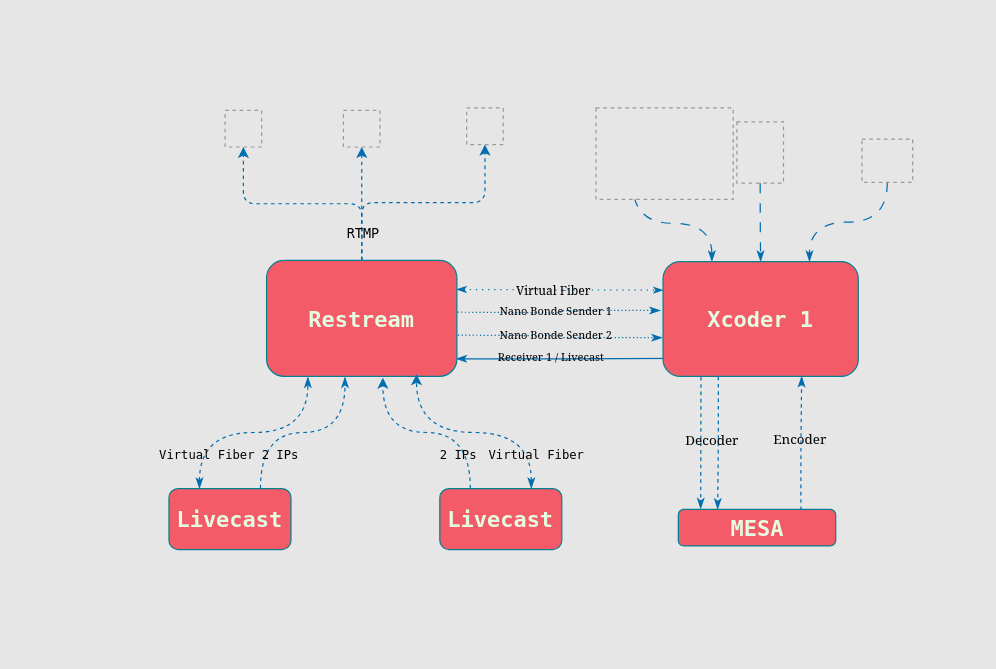
Before: Diagrama sem nome.drawio in QueirozCarlos/aulagithub, a draw.io diagram. Source tidied: cells renumbered, new cells numbered last; positions are measured from the earlier drawing's top-left corner, leaving out a move shared by most shapes. Both pictures are drawn from the tidied source at 122%, with x=0, y=0 at pixel (168, 107). Pictures stored in the file or linked from it are replaced by grey dashed boxes.
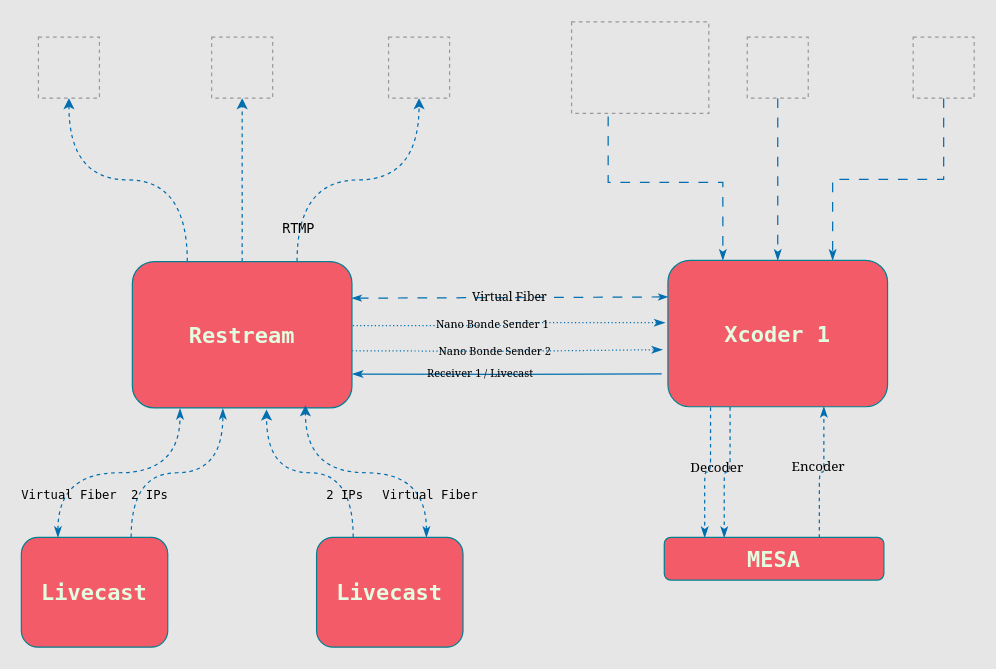
The same diagram, later.

The edit, as a diff of the source:
```diff
@@
-    <mxCell id="2" style="edgeStyle=orthogonalEdgeStyle;rounded=0;orthogonalLoop=1;jettySize=auto;html=1;entryX=0.995;entryY=0.891;entryDx=0;entryDy=0;flowAnimation=1;fillColor=#1ba1e2;strokeColor=#006EAF;entryPerimeter=0;endArrow=classicThin;endFill=1;exitX=0.015;exitY=0.885;exitDx=0;exitDy=0;exitPerimeter=0;" parent="1" edge="1">
+    <mxCell id="2" style="edgeStyle=orthogonalEdgeStyle;rounded=0;orthogonalLoop=1;jettySize=auto;html=1;entryX=1.001;entryY=0.785;entryDx=0;entryDy=0;flowAnimation=1;fillColor=#1ba1e2;strokeColor=#006EAF;entryPerimeter=0;endArrow=classicThin;endFill=1;exitX=-0.006;exitY=0.784;exitDx=0;exitDy=0;exitPerimeter=0;" parent="1" edge="1">
       <mxGeometry relative="1" as="geometry">
-        <mxPoint x="414.9" y="205.2" as="sourcePoint" />
-        <mxPoint x="235.2" y="205.6" as="targetPoint" />
+        <mxPoint x="403.9" y="217.9" as="sourcePoint" />
+        <mxPoint x="150.2" y="218.1" as="targetPoint" />
       </mxGeometry>
     </mxCell>
@@
-    <mxCell id="4" style="edgeStyle=orthogonalEdgeStyle;rounded=0;jettySize=auto;html=1;exitX=0.25;exitY=0;exitDx=0;exitDy=0;curved=1;dashed=1;dashPattern=8 8;fillColor=#1ba1e2;strokeColor=#006EAF;flowAnimation=1;startArrow=classicThin;startFill=1;endArrow=none;endFill=0;" parent="1" edge="1" source="5">
-      <mxGeometry relative="1" as="geometry">
-        <mxPoint x="380" y="62" as="targetPoint" />
-      </mxGeometry>
-    </mxCell>
     <mxCell id="5" value="&lt;h2&gt;Xcoder 1&lt;/h2&gt;" style="rounded=1;whiteSpace=wrap;html=1;strokeColor=#028090;fontColor=#E4FDE1;fillColor=#F45B69;labelBackgroundColor=none;fontFamily=Lucida Console;" parent="1" vertex="1">
-      <mxGeometry x="405" y="125.9" width="160" height="94.1" as="geometry" />
+      <mxGeometry x="409" y="124.9" width="180" height="120" as="geometry" />
     </mxCell>
-    <mxCell id="6" style="edgeStyle=orthogonalEdgeStyle;rounded=1;jettySize=auto;html=1;strokeColor=#006EAF;flowAnimation=1;labelBackgroundColor=none;fontColor=default;dashed=1;dashPattern=1 2;fillColor=#1ba1e2;endArrow=classicThin;endFill=1;exitX=1.006;exitY=0.676;exitDx=0;exitDy=0;exitPerimeter=0;entryX=-0.003;entryY=0.663;entryDx=0;entryDy=0;entryPerimeter=0;" parent="1" edge="1" target="5">
+    <mxCell id="6" style="edgeStyle=orthogonalEdgeStyle;rounded=1;orthogonalLoop=1;jettySize=auto;html=1;strokeColor=#006EAF;flowAnimation=1;labelBackgroundColor=none;fontColor=default;dashed=1;dashPattern=1 2;fillColor=#1ba1e2;endArrow=classicThin;endFill=1;exitX=1.001;exitY=0.634;exitDx=0;exitDy=0;exitPerimeter=0;entryX=-0.002;entryY=0.627;entryDx=0;entryDy=0;entryPerimeter=0;" parent="1" edge="1">
       <mxGeometry relative="1" as="geometry">
-        <mxPoint x="236.9" y="186.2" as="sourcePoint" />
+        <mxPoint x="150.2" y="199" as="sourcePoint" />
+        <mxPoint x="404.6" y="198.1" as="targetPoint" />
       </mxGeometry>
     </mxCell>
@@
-    <mxCell id="8" style="edgeStyle=orthogonalEdgeStyle;rounded=1;jettySize=auto;html=1;exitX=1.003;exitY=0.457;exitDx=0;exitDy=0;fillColor=#1ba1e2;strokeColor=#006EAF;flowAnimation=1;dashed=1;dashPattern=1 2;exitPerimeter=0;endArrow=classicThin;endFill=1;entryX=-0.013;entryY=0.426;entryDx=0;entryDy=0;entryPerimeter=0;" parent="1" edge="1" target="5">
-      <mxGeometry relative="1" as="geometry">
-        <mxPoint x="236.5" y="167.4" as="sourcePoint" />
-      </mxGeometry>
+    <mxCell id="8" style="edgeStyle=orthogonalEdgeStyle;rounded=1;jettySize=auto;html=1;exitX=1.004;exitY=0.438;exitDx=0;exitDy=0;fillColor=#1ba1e2;strokeColor=#006EAF;flowAnimation=1;dashed=1;dashPattern=1 2;exitPerimeter=0;endArrow=classicThin;endFill=1;entryX=-0.013;entryY=0.426;entryDx=0;entryDy=0;entryPerimeter=0;" parent="1" edge="1" source="16" target="5">
+      <mxGeometry relative="1" as="geometry" />
     </mxCell>
@@
-    <mxCell id="10" style="rounded=1;jettySize=auto;html=1;exitX=1;exitY=0.25;exitDx=0;exitDy=0;dashed=1;fillColor=#1ba1e2;strokeColor=#006EAF;comic=0;flowAnimation=1;endArrow=classicThin;endFill=1;elbow=vertical;startArrow=classicThin;startFill=1;endSize=5;startSize=5;dashPattern=1 4;entryX=0;entryY=0.25;entryDx=0;entryDy=0;" parent="1" edge="1" source="16" target="5">
+    <mxCell id="10" style="rounded=1;jettySize=auto;html=1;exitX=1;exitY=0.25;exitDx=0;exitDy=0;dashed=1;fillColor=#1ba1e2;strokeColor=#006EAF;comic=0;flowAnimation=1;endArrow=classicThin;endFill=1;elbow=vertical;startArrow=classicThin;startFill=1;endSize=5;startSize=5;dashPattern=8 8;entryX=0;entryY=0.25;entryDx=0;entryDy=0;" parent="1" edge="1" source="16" target="5">
       <mxGeometry relative="1" as="geometry" />
     </mxCell>
     <mxCell id="11" value="Virtual Fiber" style="edgeLabel;html=1;align=center;verticalAlign=middle;fontSize=10;labelPosition=center;verticalLabelPosition=middle;fontFamily=Georgia;labelBackgroundColor=none;" parent="10" vertex="1">
       <mxGeometry x="0.11" y="-1" relative="1" as="geometry">
-        <mxPoint x="-15" y="-2" as="offset" />
+        <mxPoint x="-16" y="-3" as="offset" />
       </mxGeometry>
     </mxCell>
-    <mxCell id="12" style="edgeStyle=orthogonalEdgeStyle;rounded=1;jettySize=auto;html=1;exitX=0.5;exitY=0;exitDx=0;exitDy=0;entryX=0.5;entryY=1;entryDx=0;entryDy=0;fillColor=#1ba1e2;strokeColor=#006EAF;dashed=1;flowAnimation=1;" parent="1" edge="1" source="16" target="20">
+    <mxCell id="12" style="edgeStyle=orthogonalEdgeStyle;rounded=1;jettySize=auto;html=1;exitX=0.25;exitY=0;exitDx=0;exitDy=0;entryX=0.5;entryY=1;entryDx=0;entryDy=0;fillColor=#1ba1e2;strokeColor=#006EAF;dashed=1;flowAnimation=1;curved=1;" parent="1" edge="1" source="16" target="20">
       <mxGeometry relative="1" as="geometry" />
     </mxCell>
@@
-    <mxCell id="14" style="edgeStyle=orthogonalEdgeStyle;rounded=1;jettySize=auto;html=1;exitX=0.5;exitY=0;exitDx=0;exitDy=0;entryX=0.5;entryY=1;entryDx=0;entryDy=0;fillColor=#1ba1e2;strokeColor=#006EAF;flowAnimation=1;dashed=1;" parent="1" edge="1" source="16" target="21">
+    <mxCell id="14" style="edgeStyle=orthogonalEdgeStyle;rounded=1;jettySize=auto;html=1;exitX=0.75;exitY=0;exitDx=0;exitDy=0;entryX=0.5;entryY=1;entryDx=0;entryDy=0;fillColor=#1ba1e2;strokeColor=#006EAF;flowAnimation=1;dashed=1;curved=1;" parent="1" edge="1" source="16" target="21">
       <mxGeometry relative="1" as="geometry" />
     </mxCell>
@@
     <mxCell id="16" value="&lt;h2&gt;Restream&lt;/h2&gt;" style="rounded=1;whiteSpace=wrap;html=1;strokeColor=#028090;fontColor=#E4FDE1;fillColor=#F45B69;labelBackgroundColor=none;fontFamily=Lucida Console;" parent="1" vertex="1">
-      <mxGeometry x="80" y="125" width="156" height="95" as="geometry" />
+      <mxGeometry x="-30" y="125.9" width="180" height="120" as="geometry" />
     </mxCell>
     <mxCell id="17" value="&lt;h2&gt;Livecast&lt;/h2&gt;" style="rounded=1;whiteSpace=wrap;html=1;strokeColor=#028090;fontColor=#E4FDE1;fillColor=#F45B69;labelBackgroundColor=none;fontFamily=Lucida Console;" parent="1" vertex="1">
-      <mxGeometry y="312" width="100" height="50" as="geometry" />
+      <mxGeometry x="-121" y="352" width="120" height="90" as="geometry" />
     </mxCell>
     <mxCell id="18" value="&lt;h2&gt;MESA&lt;/h2&gt;" style="rounded=1;whiteSpace=wrap;html=1;strokeColor=#028090;fontColor=#E4FDE1;fillColor=#F45B69;labelBackgroundColor=none;fontFamily=Lucida Console;" parent="1" vertex="1">
-      <mxGeometry x="417.5" y="329" width="129" height="30" as="geometry" />
+      <mxGeometry x="406" y="352" width="180" height="35" as="geometry" />
     </mxCell>
     <mxCell id="19" style="fillColor=#E6E6E6;strokeColor=#999999;dashed=1;verticalLabelPosition=bottom;labelBackgroundColor=default;verticalAlign=top;" parent="1" vertex="1">
-      <mxGeometry x="143" y="2" width="30" height="30" as="geometry" />
+      <mxGeometry x="35" y="-58" width="50" height="50" as="geometry" />
     </mxCell>
     <mxCell id="20" style="fillColor=#E6E6E6;strokeColor=#999999;dashed=1;verticalLabelPosition=bottom;labelBackgroundColor=default;verticalAlign=top;" parent="1" vertex="1">
-      <mxGeometry x="46" y="2" width="30" height="30" as="geometry" />
+      <mxGeometry x="-107" y="-58" width="50" height="50" as="geometry" />
     </mxCell>
     <mxCell id="21" style="fillColor=#E6E6E6;strokeColor=#999999;dashed=1;verticalLabelPosition=bottom;labelBackgroundColor=default;verticalAlign=top;" parent="1" vertex="1">
-      <mxGeometry x="244" width="30" height="30" as="geometry" />
+      <mxGeometry x="180" y="-58" width="50" height="50" as="geometry" />
     </mxCell>
     <mxCell id="22" value="&lt;h2&gt;Livecast&lt;/h2&gt;" style="rounded=1;whiteSpace=wrap;html=1;strokeColor=#028090;fontColor=#E4FDE1;fillColor=#F45B69;labelBackgroundColor=none;fontFamily=Lucida Console;" parent="1" vertex="1">
-      <mxGeometry x="222" y="312" width="100" height="50" as="geometry" />
+      <mxGeometry x="121" y="352" width="120" height="90" as="geometry" />
     </mxCell>
-    <mxCell id="23" style="edgeStyle=orthogonalEdgeStyle;rounded=1;jettySize=auto;html=1;exitX=0.779;exitY=0.022;exitDx=0;exitDy=0;fillColor=#1ba1e2;strokeColor=#006EAF;dashed=1;flowAnimation=1;endArrow=classicThin;endFill=1;exitPerimeter=0;entryX=0.71;entryY=0.998;entryDx=0;entryDy=0;entryPerimeter=0;labelBackgroundColor=default;" parent="1" edge="1" source="18" target="5">
+    <mxCell id="23" style="edgeStyle=orthogonalEdgeStyle;rounded=1;jettySize=auto;html=1;exitX=0.706;exitY=0.012;exitDx=0;exitDy=0;fillColor=#1ba1e2;strokeColor=#006EAF;dashed=1;flowAnimation=1;endArrow=classicThin;endFill=1;exitPerimeter=0;entryX=0.71;entryY=0.998;entryDx=0;entryDy=0;entryPerimeter=0;labelBackgroundColor=default;" parent="1" edge="1" source="18" target="5">
       <mxGeometry relative="1" as="geometry" />
     </mxCell>
@@
-    <mxCell id="25" style="edgeStyle=orthogonalEdgeStyle;rounded=1;jettySize=auto;html=1;dashed=1;fillColor=#1ba1e2;strokeColor=#006EAF;flowAnimation=1;entryX=0.25;entryY=0;entryDx=0;entryDy=0;endArrow=classicThin;endFill=1;exitX=0.283;exitY=1.002;exitDx=0;exitDy=0;exitPerimeter=0;" parent="1" edge="1" source="5" target="18">
+    <mxCell id="25" style="edgeStyle=orthogonalEdgeStyle;rounded=1;jettySize=auto;html=1;dashed=1;fillColor=#1ba1e2;strokeColor=#006EAF;flowAnimation=1;entryX=0.273;entryY=0.004;entryDx=0;entryDy=0;endArrow=classicThin;endFill=1;exitX=0.283;exitY=1.002;exitDx=0;exitDy=0;exitPerimeter=0;entryPerimeter=0;" parent="1" edge="1" source="5" target="18">
       <mxGeometry relative="1" as="geometry" />
     </mxCell>
-    <mxCell id="26" style="edgeStyle=orthogonalEdgeStyle;rounded=1;jettySize=auto;html=1;exitX=0.194;exitY=1.004;exitDx=0;exitDy=0;exitPerimeter=0;dashed=1;flowAnimation=1;fillColor=#1ba1e2;strokeColor=#006EAF;endArrow=classicThin;endFill=1;entryX=0.142;entryY=-0.011;entryDx=0;entryDy=0;entryPerimeter=0;" parent="1" edge="1" source="5" target="18">
+    <mxCell id="26" style="edgeStyle=orthogonalEdgeStyle;rounded=1;jettySize=auto;html=1;exitX=0.194;exitY=1.004;exitDx=0;exitDy=0;exitPerimeter=0;dashed=1;flowAnimation=1;fillColor=#1ba1e2;strokeColor=#006EAF;endArrow=classicThin;endFill=1;entryX=0.184;entryY=0.004;entryDx=0;entryDy=0;entryPerimeter=0;" parent="1" edge="1" source="5" target="18">
       <mxGeometry relative="1" as="geometry" />
     </mxCell>
@@
+    <mxCell id="41" style="edgeStyle=orthogonalEdgeStyle;rounded=0;jettySize=auto;html=1;fillColor=#1ba1e2;strokeColor=#006EAF;dashed=1;dashPattern=8 8;flowAnimation=1;endArrow=classicThin;endFill=1;entryX=0.25;entryY=0;entryDx=0;entryDy=0;" parent="1" edge="1" target="5">
+      <mxGeometry relative="1" as="geometry">
+        <mxPoint x="360" y="-9" as="sourcePoint" />
+        <Array as="points">
+          <mxPoint x="360" y="-9" />
+          <mxPoint x="360" y="61" />
+          <mxPoint x="450" y="61" />
+        </Array>
+      </mxGeometry>
+    </mxCell>
     <mxCell id="36" style="fillColor=#E6E6E6;strokeColor=#999999;dashed=1;verticalLabelPosition=bottom;labelBackgroundColor=#FFFFFF;verticalAlign=top;fontColor=default;" parent="1" vertex="1">
-      <mxGeometry x="350" width="112.5" height="75" as="geometry" />
+      <mxGeometry x="330" y="-70.5" width="112.5" height="75" as="geometry" />
     </mxCell>
@@
     <mxCell id="38" style="fillColor=#E6E6E6;strokeColor=#999999;dashed=1;verticalLabelPosition=bottom;labelBackgroundColor=default;verticalAlign=top;" parent="1" vertex="1">
-      <mxGeometry x="465.5" y="11.4" width="38.2" height="50.2" as="geometry" />
+      <mxGeometry x="474" y="-58" width="50" height="50" as="geometry" />
     </mxCell>
-    <mxCell id="39" style="edgeStyle=orthogonalEdgeStyle;rounded=0;jettySize=auto;html=1;exitX=0.5;exitY=1;exitDx=0;exitDy=0;entryX=0.75;entryY=0;entryDx=0;entryDy=0;curved=1;dashed=1;dashPattern=8 8;flowAnimation=1;fillColor=#1ba1e2;strokeColor=#006EAF;endArrow=classicThin;endFill=1;" parent="1" edge="1" source="40" target="5">
+    <mxCell id="39" style="edgeStyle=orthogonalEdgeStyle;rounded=0;jettySize=auto;html=1;exitX=0.5;exitY=1;exitDx=0;exitDy=0;entryX=0.75;entryY=0;entryDx=0;entryDy=0;dashed=1;dashPattern=8 8;flowAnimation=1;fillColor=#1ba1e2;strokeColor=#006EAF;endArrow=classicThin;endFill=1;" parent="1" edge="1" source="40" target="5">
       <mxGeometry relative="1" as="geometry" />
     </mxCell>
     <mxCell id="40" style="fillColor=#E6E6E6;strokeColor=#999999;dashed=1;verticalLabelPosition=bottom;labelBackgroundColor=default;verticalAlign=top;" parent="1" vertex="1">
-      <mxGeometry x="568" y="25.5" width="41.6" height="35.5" as="geometry" />
+      <mxGeometry x="610" y="-58" width="50" height="50" as="geometry" />
     </mxCell>
```
